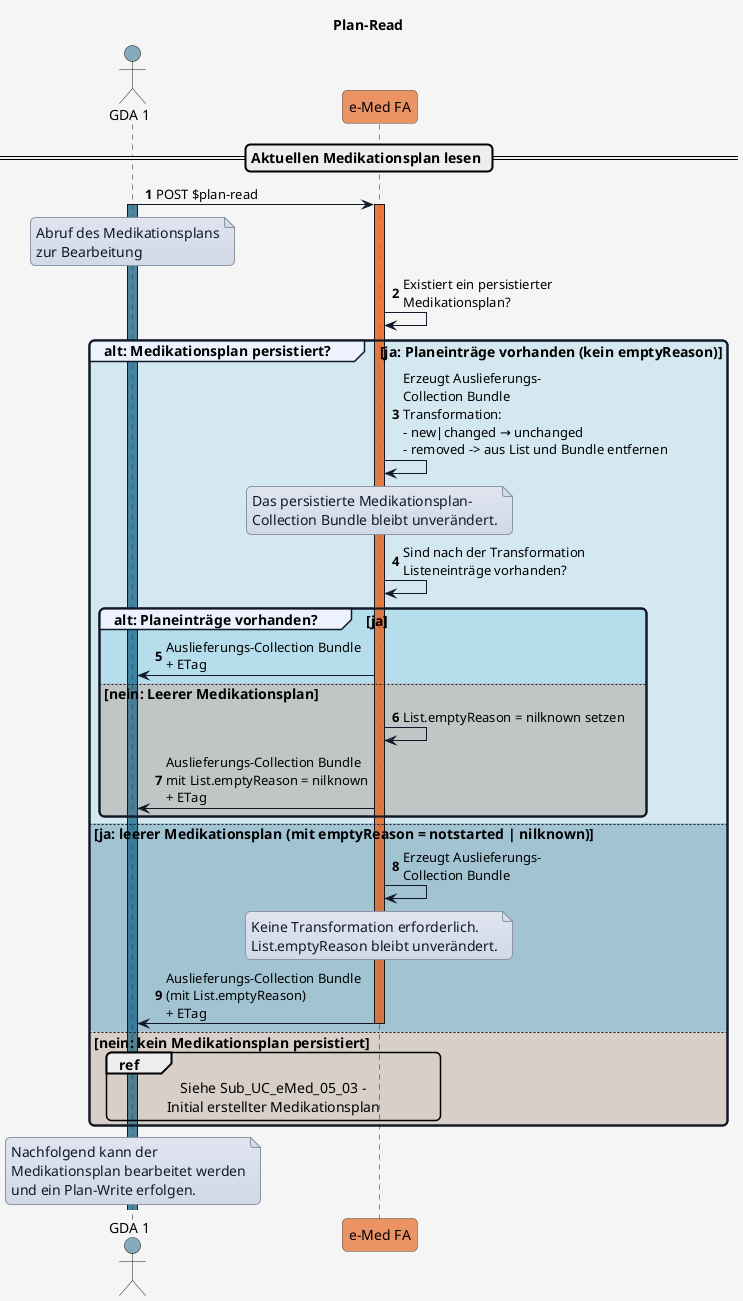
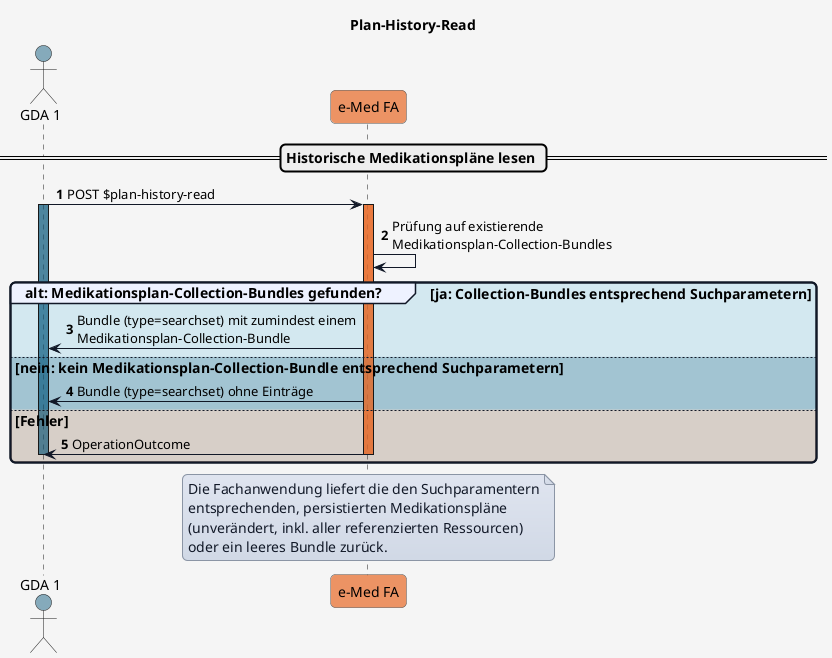
@startuml
- title Plan-Read
+ title Plan-History-Read

'skinparam actorStyle awesome

skinparam borderColor #000000
skinparam backgroundColor #f5f5f5
skinparam shadowing false
skinparam roundCorner 10
skinparam defaultFontName "Arial"
skinparam defaultFontSize 14
skinparam defaultFontColor #000000
skinparam HyperlinkColor #0000EE
skinparam HyperlinkUnderline false
skinparam BoxPadding 20
skinparam BoxBorderColor #555555

skinparam note {
  BackgroundColor #e0e5f0-#d1d9e6
  BorderColor #8b95a5
  BorderThickness 1
  RoundCorner 0
  Padding 6
  FontColor #111827
  Shadowing false
}

skinparam sequence {
  ParticipantBorderColor #555555
  ParticipantBackgroundColor #ffffff
  ParticipantFontColor #000000
  ParticipantFontSize 14
  ParticipantPadding 20
  ArrowColor #111827
  ArrowThickness 1
  ArrowFontColor #000000
  ArrowFontSize 13
  GroupBorderColor #111827
  GroupBackgroundColor #eef2ff
  GroupBorderThickness 2
}

!define COLOR_GDA_1    #15608280
!define COLOR_GDA_2    #96607D80
!define COLOR_PATIENT  #196B2480
!define COLOR_APO      #0F9ED590
!define COLOR_EMED_FA  #e97232bd
!define COLOR_E_REZEPT #cd3732a9

!define COLOR_OK       #0F9ED525
!define COLOR_OK_2     #34738d4e
!define COLOR_ERROR    #E9713235

+ 
actor GDA_1 as "GDA 1" COLOR_GDA_1
participant eMed_FA as "e-Med FA" COLOR_EMED_FA


autonumber

- == Aktuellen Medikationsplan lesen ==
+ == Historische Medikationspläne lesen ==

- GDA_1 -> eMed_FA: POST $plan-read
+ GDA_1 -> eMed_FA: POST $plan-history-read
activate GDA_1 COLOR_GDA_1

- note over GDA_1
- Abruf des Medikationsplans
- zur Bearbeitung
- end note
+ activate eMed_FA COLOR_EMED_FA
+ eMed_FA -> eMed_FA: Prüfung auf existierende\nMedikationsplan-Collection-Bundles

- activate eMed_FA COLOR_EMED_FA
- eMed_FA -> eMed_FA: Existiert ein persistierter\nMedikationsplan?
- 
- group COLOR_OK alt: Medikationsplan persistiert? [ja: Planeinträge vorhanden (kein emptyReason)]
-   eMed_FA -> eMed_FA: Erzeugt Auslieferungs-\nCollection Bundle\nTransformation:\n- new|changed → unchanged\n- removed -> aus List und Bundle entfernen
-   note over eMed_FA
-   Das persistierte Medikationsplan-
-   Collection Bundle bleibt unverändert.
-   end note
-   eMed_FA -> eMed_FA: Sind nach der Transformation\nListeneinträge vorhanden?
- 
-   group COLOR_OK alt: Planeinträge vorhanden? [ja]
-     eMed_FA -> GDA_1: Auslieferungs-Collection Bundle\n+ ETag
- 
-   else COLOR_ERROR nein: Leerer Medikationsplan
- 
-     eMed_FA -> eMed_FA: List.emptyReason = nilknown setzen
-     eMed_FA -> GDA_1: Auslieferungs-Collection Bundle\nmit List.emptyReason = nilknown\n+ ETag
- 
-   end
- 
- else COLOR_OK_2 ja: leerer Medikationsplan (mit emptyReason = notstarted | nilknown)
- 
-   eMed_FA -> eMed_FA: Erzeugt Auslieferungs-\nCollection Bundle
-   note over eMed_FA
-   Keine Transformation erforderlich.
-   List.emptyReason bleibt unverändert.
-   end note
-   eMed_FA -> GDA_1: Auslieferungs-Collection Bundle\n(mit List.emptyReason)\n+ ETag
- 
- 
- else COLOR_ERROR nein: kein Medikationsplan persistiert
- 
-   ref over GDA_1,eMed_FA
-   Siehe Sub_UC_eMed_05_03 -
-   Initial erstellter Medikationsplan
-   end ref
- 
+ group COLOR_OK alt: Medikationsplan-Collection-Bundles gefunden? [ja: Collection-Bundles entsprechend Suchparametern]
+   eMed_FA -> GDA_1: Bundle (type=searchset) mit zumindest einem\nMedikationsplan-Collection-Bundle
+ else COLOR_OK_2 nein: kein Medikationsplan-Collection-Bundle entsprechend Suchparametern
+   eMed_FA -> GDA_1: Bundle (type=searchset) ohne Einträge
+ else COLOR_ERROR Fehler
+   eMed_FA -> GDA_1: OperationOutcome
+   deactivate GDA_1
  deactivate eMed_FA
end

- note over GDA_1
- Nachfolgend kann der
- Medikationsplan bearbeitet werden
- und ein Plan-Write erfolgen.
+ note over eMed_FA
+ Die Fachanwendung liefert die den Suchparamentern
+ entsprechenden, persistierten Medikationspläne
+ (unverändert, inkl. aller referenzierten Ressourcen)
+ oder ein leeres Bundle zurück.
end note

+ 
@enduml